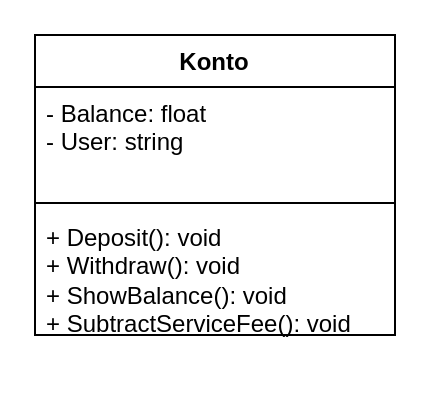
The draw.io diagram 01_OOP/01_OOP_Excercises/01_Kontosystem/Kontosystem_UML.drawio in Milowiz/MyFirstCSharp, before the edit. Source tidied: cells renumbered, new cells numbered last; positions are measured from the earlier drawing's top-left corner, leaving out a move shared by most shapes. Both pictures are drawn from the tidied source at 200%, with x=0, y=0 at pixel (34, 34).
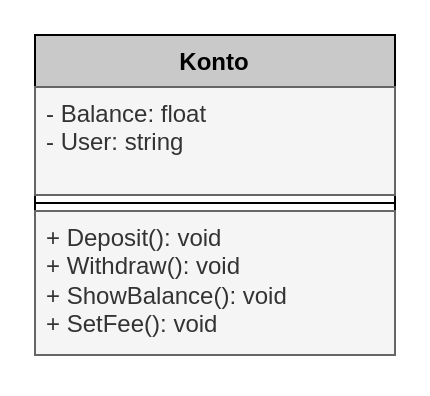
Above is the later version.

What changed in the source:
```diff
@@
 <mxGraphModel>
   <root>
     <mxCell id="0" />
     <mxCell id="1" parent="0" />
-    <mxCell id="2" value="Konto" style="swimlane;fontStyle=1;align=center;verticalAlign=top;horizontal=1;startSize=26;whiteSpace=wrap;html=1;" parent="1" vertex="1">
-      <mxGeometry width="180" height="150" as="geometry" />
+    <mxCell id="2" value="Konto" style="swimlane;fontStyle=1;align=center;verticalAlign=top;horizontal=1;startSize=26;whiteSpace=wrap;html=1;fillColor=#C9C9C9;" parent="1" vertex="1">
+      <mxGeometry width="180" height="160" as="geometry" />
     </mxCell>
-    <mxCell id="3" value="- Balance: float&lt;div&gt;- User: string&lt;/div&gt;&lt;div&gt;&lt;br&gt;&lt;/div&gt;" style="text;strokeColor=none;fillColor=none;align=left;verticalAlign=top;spacingLeft=4;spacingRight=4;overflow=hidden;whiteSpace=wrap;html=1;" parent="2" vertex="1">
+    <mxCell id="3" value="- Balance: float&lt;div&gt;- User: string&lt;/div&gt;&lt;div&gt;&lt;br&gt;&lt;/div&gt;" style="text;strokeColor=#666666;fillColor=#f5f5f5;align=left;verticalAlign=top;spacingLeft=4;spacingRight=4;overflow=hidden;whiteSpace=wrap;html=1;fontColor=#333333;" parent="2" vertex="1">
       <mxGeometry y="26" width="180" height="54" as="geometry" />
     </mxCell>
     <mxCell id="4" style="line;strokeWidth=1;fillColor=none;align=left;verticalAlign=middle;spacingTop=-1;spacingLeft=3;spacingRight=3;labelPosition=right;strokeColor=inherit;" parent="2" vertex="1">
       <mxGeometry y="80" width="180" height="8" as="geometry" />
     </mxCell>
-    <mxCell id="5" value="+ Deposit(): void&lt;div&gt;+ Withdraw(): void&lt;/div&gt;&lt;div&gt;+ ShowBalance(): void&lt;/div&gt;&lt;div&gt;+ SubtractServiceFee(): void&lt;/div&gt;" style="text;strokeColor=none;fillColor=none;align=left;verticalAlign=top;spacingLeft=4;spacingRight=4;overflow=hidden;whiteSpace=wrap;html=1;" parent="2" vertex="1">
-      <mxGeometry y="88" width="180" height="62" as="geometry" />
+    <mxCell id="5" value="+ Deposit(): void&lt;div&gt;+ Withdraw(): void&lt;/div&gt;&lt;div&gt;+ ShowBalance(): void&lt;/div&gt;&lt;div&gt;+ SetFee(): void&lt;/div&gt;" style="text;strokeColor=#666666;fillColor=#f5f5f5;align=left;verticalAlign=top;spacingLeft=4;spacingRight=4;overflow=hidden;whiteSpace=wrap;html=1;fontColor=#333333;" parent="2" vertex="1">
+      <mxGeometry y="88" width="180" height="72" as="geometry" />
     </mxCell>
   </root>
 </mxGraphModel>
```
